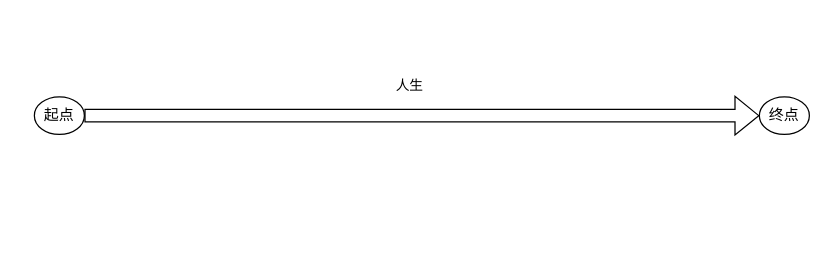
Before: 未命名绘图.drawio in dengyulong/PublicStore, a draw.io diagram. Source tidied: cells renumbered, new cells numbered last; positions are measured from the earlier drawing's top-left corner, leaving out a move shared by most shapes. Both pictures are drawn from the tidied source at 125%, with x=0, y=0 at pixel (34, 96).
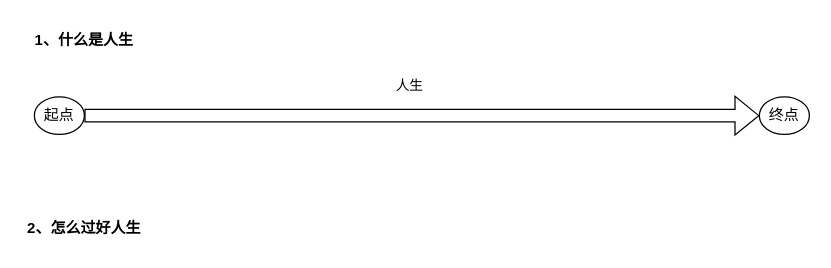
After the change.

Commit message (it also covers changes not shown here):
更新未命名绘图.drawio

Change to the diagram source:
```diff
@@
 <mxGraphModel>
   <root>
     <mxCell id="0" />
     <mxCell id="1" parent="0" />
     <mxCell id="2" value="起点" style="ellipse;whiteSpace=wrap;html=1;" parent="1" vertex="1">
       <mxGeometry width="40" height="30" as="geometry" />
     </mxCell>
     <mxCell id="3" value="终点" style="ellipse;whiteSpace=wrap;html=1;" parent="1" vertex="1">
       <mxGeometry x="580" width="40" height="30" as="geometry" />
     </mxCell>
     <mxCell id="4" style="shape=flexArrow;endArrow=classic;html=1;rounded=0;exitX=1;exitY=0.5;exitDx=0;exitDy=0;entryX=0;entryY=0.5;entryDx=0;entryDy=0;" parent="1" edge="1" source="2" target="3">
       <mxGeometry relative="1" as="geometry" />
     </mxCell>
     <mxCell id="5" value="人生" style="edgeLabel;html=1;align=center;verticalAlign=middle;" parent="4" vertex="1">
       <mxGeometry x="-0.21" y="-4" relative="1" as="geometry">
         <mxPoint x="46" y="-29" as="offset" />
       </mxGeometry>
     </mxCell>
+    <mxCell id="6" value="1、什么是人生" style="text;html=1;strokeColor=none;fillColor=none;align=center;verticalAlign=middle;whiteSpace=wrap;rounded=0;fontStyle=1;" parent="1" vertex="1">
+      <mxGeometry x="-10" y="-60" width="100" height="30" as="geometry" />
+    </mxCell>
+    <mxCell id="7" value="2、怎么过好人生" style="text;html=1;strokeColor=none;fillColor=none;align=center;verticalAlign=middle;whiteSpace=wrap;rounded=0;fontStyle=1;" parent="1" vertex="1">
+      <mxGeometry x="-10" y="90" width="100" height="30" as="geometry" />
+    </mxCell>
   </root>
 </mxGraphModel>
```
